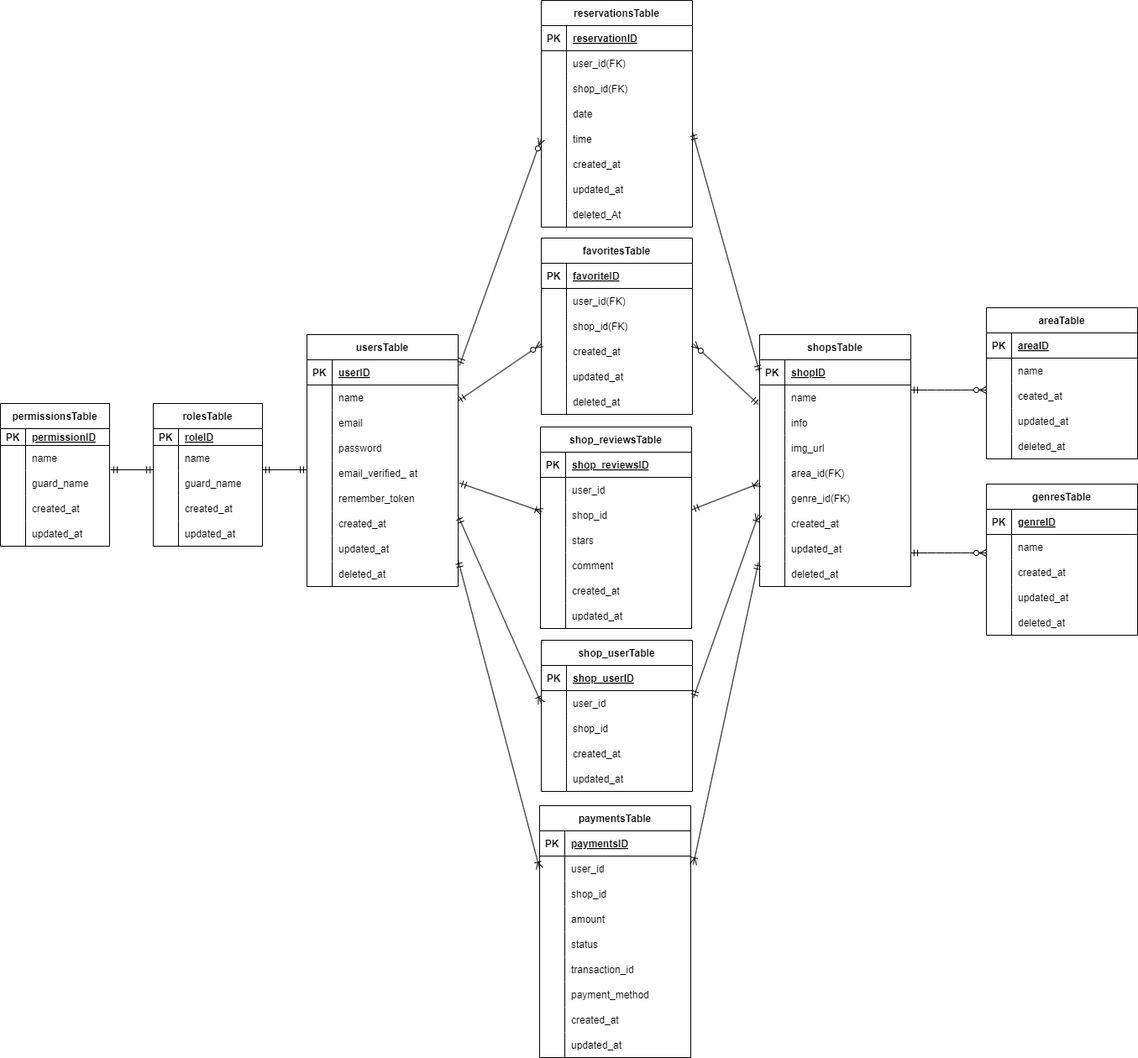
Before: docs/er.drawio.png, a diagram exported from draw.io (kozuka-yuko/Rese). Source tidied: cells renumbered, new cells last; positions are measured from the earlier drawing's top-left corner, leaving out a move shared by most shapes.
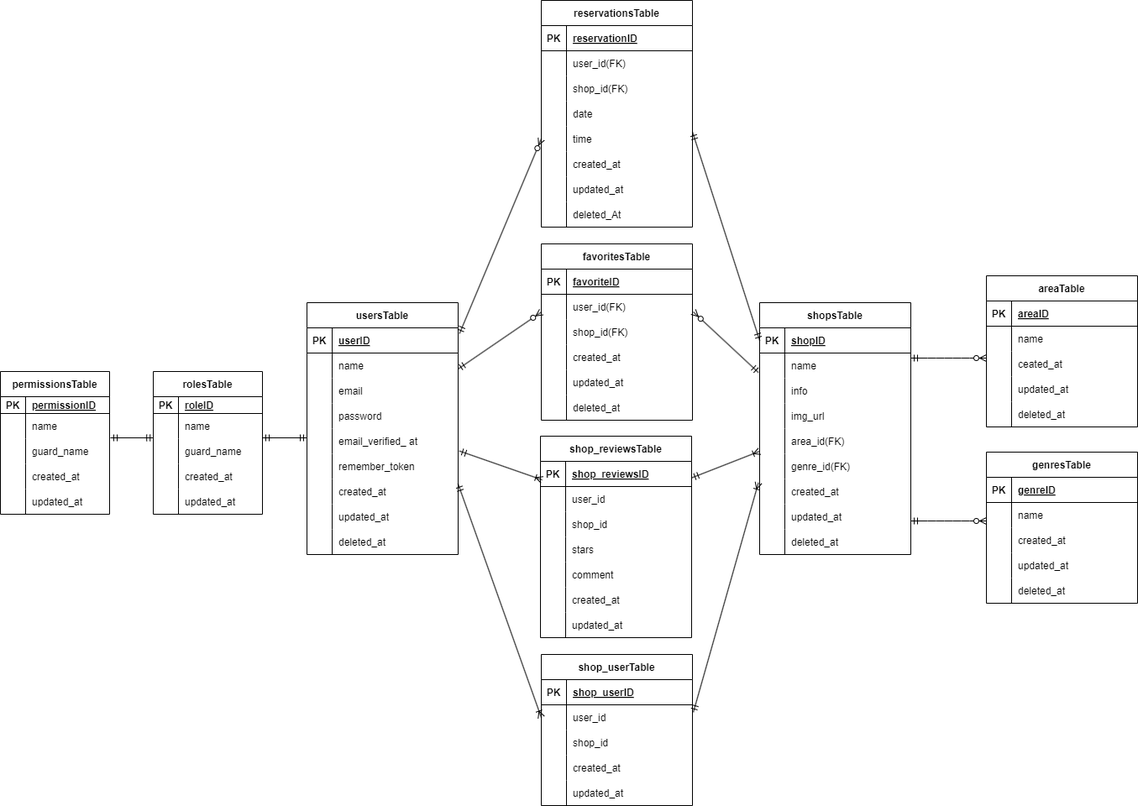
After the change.

The edit, as a diff of the source:
```diff
@@ -87,7 +87,7 @@
       <mxGeometry x="30" width="150" height="30" as="geometry" />
     </mxCell>
     <mxCell id="30" value="reservationsTable" style="shape=table;startSize=30;rowLines=0;fontStyle=1;align=center;" parent="1" vertex="1">
-      <mxGeometry x="644" width="180" height="270" as="geometry" />
+      <mxGeometry x="644" y="38" width="180" height="270" as="geometry" />
     </mxCell>
     <mxCell id="31" style="shape=tableRow;horizontal=0;startSize=0;swimlaneHead=0;swimlaneBody=0;fillColor=none;top=0;left=0;right=0;bottom=1;" parent="30" vertex="1">
       <mxGeometry y="30" width="180" height="30" as="geometry" />
@@ -162,7 +162,7 @@
       <mxGeometry x="30" width="150" height="30" as="geometry" />
     </mxCell>
     <mxCell id="55" value="favoritesTable" style="shape=table;startSize=30;rowLines=0;fontStyle=1;align=center;" parent="1" vertex="1">
-      <mxGeometry x="644" y="283" width="180" height="210" as="geometry" />
+      <mxGeometry x="644" y="328" width="180" height="210" as="geometry" />
     </mxCell>
     <mxCell id="56" style="shape=tableRow;horizontal=0;startSize=0;swimlaneHead=0;swimlaneBody=0;fillColor=none;top=0;left=0;right=0;bottom=1;" parent="55" vertex="1">
       <mxGeometry y="30" width="180" height="30" as="geometry" />
@@ -536,7 +536,7 @@
       </mxGeometry>
     </mxCell>
     <mxCell id="174" value="shop_reviewsTable" style="shape=table;startSize=30;rowLines=0;fontStyle=1;align=center;" parent="1" vertex="1">
-      <mxGeometry x="643" y="508" width="180" height="240" as="geometry" />
+      <mxGeometry x="643" y="557" width="180" height="240" as="geometry" />
     </mxCell>
     <mxCell id="175" style="shape=tableRow;horizontal=0;startSize=0;swimlaneHead=0;swimlaneBody=0;fillColor=none;top=0;left=0;right=0;bottom=1;" parent="174" vertex="1">
       <mxGeometry y="30" width="180" height="30" as="geometry" />
@@ -602,7 +602,7 @@
       <mxGeometry x="30" width="150" height="30" as="geometry" />
     </mxCell>
     <mxCell id="196" value="shop_userTable" style="shape=table;startSize=30;rowLines=0;fontStyle=1;align=center;" parent="1" vertex="1">
-      <mxGeometry x="644" y="762" width="180" height="180" as="geometry" />
+      <mxGeometry x="644" y="817" width="180" height="180" as="geometry" />
     </mxCell>
     <mxCell id="197" style="shape=tableRow;horizontal=0;startSize=0;swimlaneHead=0;swimlaneBody=0;fillColor=none;top=0;left=0;right=0;bottom=1;" parent="196" vertex="1">
       <mxGeometry y="30" width="180" height="30" as="geometry" />
@@ -667,97 +667,5 @@
     <mxCell id="215" style="fontSize=12;html=1;endArrow=ERoneToMany;startArrow=ERmandOne;exitX=1;exitY=1.2;exitDx=0;exitDy=0;entryX=0;entryY=0.5;entryDx=0;entryDy=0;exitPerimeter=0;" parent="1" edge="1" source="18" target="200">
       <mxGeometry relative="1" as="geometry" />
     </mxCell>
-    <mxCell id="216" value="paymentsTable" style="shape=table;startSize=30;rowLines=0;fontStyle=1;align=center;" parent="1" vertex="1">
-      <mxGeometry x="642" y="959" width="180" height="300" as="geometry" />
-    </mxCell>
-    <mxCell id="217" style="shape=tableRow;horizontal=0;startSize=0;swimlaneHead=0;swimlaneBody=0;fillColor=none;top=0;left=0;right=0;bottom=1;" parent="216" vertex="1">
-      <mxGeometry y="30" width="180" height="30" as="geometry" />
-    </mxCell>
-    <mxCell id="218" value="PK" style="shape=partialRectangle;fillColor=none;top=0;left=0;bottom=0;right=0;fontStyle=1;overflow=hidden;" parent="217" vertex="1">
-      <mxGeometry width="30" height="30" as="geometry" />
-    </mxCell>
-    <mxCell id="219" value="paymentsID" style="shape=partialRectangle;fillColor=none;top=0;left=0;bottom=0;right=0;align=left;spacingLeft=6;fontStyle=5;overflow=hidden;" parent="217" vertex="1">
-      <mxGeometry x="30" width="150" height="30" as="geometry" />
-    </mxCell>
-    <mxCell id="220" style="shape=tableRow;horizontal=0;startSize=0;swimlaneHead=0;swimlaneBody=0;fillColor=none;points=[[0,0.5],[1,0.5]];portConstraint=eastwest;top=0;left=0;right=0;bottom=0;" parent="216" vertex="1">
-      <mxGeometry y="60" width="180" height="30" as="geometry" />
-    </mxCell>
-    <mxCell id="221" style="shape=partialRectangle;fillColor=none;top=0;left=0;bottom=0;right=0;overflow=hidden;" parent="220" vertex="1">
-      <mxGeometry width="30" height="30" as="geometry" />
-    </mxCell>
-    <mxCell id="222" value="user_id" style="shape=partialRectangle;fillColor=none;top=0;left=0;bottom=0;right=0;align=left;spacingLeft=6;overflow=hidden;" parent="220" vertex="1">
-      <mxGeometry x="30" width="150" height="30" as="geometry" />
-    </mxCell>
-    <mxCell id="223" style="shape=tableRow;horizontal=0;startSize=0;swimlaneHead=0;swimlaneBody=0;fillColor=none;top=0;left=0;right=0;bottom=0;" parent="216" vertex="1">
-      <mxGeometry y="90" width="180" height="30" as="geometry" />
-    </mxCell>
-    <mxCell id="224" style="shape=partialRectangle;fillColor=none;top=0;left=0;bottom=0;right=0;overflow=hidden;" parent="223" vertex="1">
-      <mxGeometry width="30" height="30" as="geometry" />
-    </mxCell>
-    <mxCell id="225" value="shop_id" style="shape=partialRectangle;fillColor=none;top=0;left=0;bottom=0;right=0;align=left;spacingLeft=6;overflow=hidden;" parent="223" vertex="1">
-      <mxGeometry x="30" width="150" height="30" as="geometry" />
-    </mxCell>
-    <mxCell id="226" style="shape=tableRow;horizontal=0;startSize=0;swimlaneHead=0;swimlaneBody=0;fillColor=none;top=0;left=0;right=0;bottom=0;" parent="216" vertex="1">
-      <mxGeometry y="120" width="180" height="30" as="geometry" />
-    </mxCell>
-    <mxCell id="227" style="shape=partialRectangle;fillColor=none;top=0;left=0;bottom=0;right=0;overflow=hidden;" parent="226" vertex="1">
-      <mxGeometry width="30" height="30" as="geometry" />
-    </mxCell>
-    <mxCell id="228" value="amount" style="shape=partialRectangle;fillColor=none;top=0;left=0;bottom=0;right=0;align=left;spacingLeft=6;overflow=hidden;" parent="226" vertex="1">
-      <mxGeometry x="30" width="150" height="30" as="geometry" />
-    </mxCell>
-    <mxCell id="229" style="shape=tableRow;horizontal=0;startSize=0;swimlaneHead=0;swimlaneBody=0;fillColor=none;top=0;left=0;right=0;bottom=0;" parent="216" vertex="1">
-      <mxGeometry y="150" width="180" height="30" as="geometry" />
-    </mxCell>
-    <mxCell id="230" style="shape=partialRectangle;fillColor=none;top=0;left=0;bottom=0;right=0;overflow=hidden;" parent="229" vertex="1">
-      <mxGeometry width="30" height="30" as="geometry" />
-    </mxCell>
-    <mxCell id="231" value="status" style="shape=partialRectangle;fillColor=none;top=0;left=0;bottom=0;right=0;align=left;spacingLeft=6;overflow=hidden;" parent="229" vertex="1">
-      <mxGeometry x="30" width="150" height="30" as="geometry" />
-    </mxCell>
-    <mxCell id="232" style="shape=tableRow;horizontal=0;startSize=0;swimlaneHead=0;swimlaneBody=0;fillColor=none;top=0;left=0;right=0;bottom=0;" parent="216" vertex="1">
-      <mxGeometry y="180" width="180" height="30" as="geometry" />
-    </mxCell>
-    <mxCell id="233" style="shape=partialRectangle;fillColor=none;top=0;left=0;bottom=0;right=0;overflow=hidden;" parent="232" vertex="1">
-      <mxGeometry width="30" height="30" as="geometry" />
-    </mxCell>
-    <mxCell id="234" value="transaction_id" style="shape=partialRectangle;fillColor=none;top=0;left=0;bottom=0;right=0;align=left;spacingLeft=6;overflow=hidden;" parent="232" vertex="1">
-      <mxGeometry x="30" width="150" height="30" as="geometry" />
-    </mxCell>
-    <mxCell id="235" style="shape=tableRow;horizontal=0;startSize=0;swimlaneHead=0;swimlaneBody=0;fillColor=none;top=0;left=0;right=0;bottom=0;" parent="216" vertex="1">
-      <mxGeometry y="210" width="180" height="30" as="geometry" />
-    </mxCell>
-    <mxCell id="236" style="shape=partialRectangle;fillColor=none;top=0;left=0;bottom=0;right=0;overflow=hidden;" parent="235" vertex="1">
-      <mxGeometry width="30" height="30" as="geometry" />
-    </mxCell>
-    <mxCell id="237" value="payment_method" style="shape=partialRectangle;fillColor=none;top=0;left=0;bottom=0;right=0;align=left;spacingLeft=6;overflow=hidden;" parent="235" vertex="1">
-      <mxGeometry x="30" width="150" height="30" as="geometry" />
-    </mxCell>
-    <mxCell id="238" style="shape=tableRow;horizontal=0;startSize=0;swimlaneHead=0;swimlaneBody=0;fillColor=none;top=0;left=0;right=0;bottom=0;" parent="216" vertex="1">
-      <mxGeometry y="240" width="180" height="30" as="geometry" />
-    </mxCell>
-    <mxCell id="239" style="shape=partialRectangle;fillColor=none;top=0;left=0;bottom=0;right=0;overflow=hidden;" parent="238" vertex="1">
-      <mxGeometry width="30" height="30" as="geometry" />
-    </mxCell>
-    <mxCell id="240" value="created_at" style="shape=partialRectangle;fillColor=none;top=0;left=0;bottom=0;right=0;align=left;spacingLeft=6;overflow=hidden;" parent="238" vertex="1">
-      <mxGeometry x="30" width="150" height="30" as="geometry" />
-    </mxCell>
-    <mxCell id="241" style="shape=tableRow;horizontal=0;startSize=0;swimlaneHead=0;swimlaneBody=0;fillColor=none;top=0;left=0;right=0;bottom=0;" parent="216" vertex="1">
-      <mxGeometry y="270" width="180" height="30" as="geometry" />
-    </mxCell>
-    <mxCell id="242" style="shape=partialRectangle;fillColor=none;top=0;left=0;bottom=0;right=0;overflow=hidden;" parent="241" vertex="1">
-      <mxGeometry width="30" height="30" as="geometry" />
-    </mxCell>
-    <mxCell id="243" value="updated_at" style="shape=partialRectangle;fillColor=none;top=0;left=0;bottom=0;right=0;align=left;spacingLeft=6;overflow=hidden;" parent="241" vertex="1">
-      <mxGeometry x="30" width="150" height="30" as="geometry" />
-    </mxCell>
-    <mxCell id="244" style="fontSize=12;html=1;endArrow=ERoneToMany;startArrow=ERmandOne;entryX=0;entryY=0.5;entryDx=0;entryDy=0;exitX=1;exitY=0.96;exitDx=0;exitDy=0;exitPerimeter=0;" parent="1" edge="1" source="24" target="220">
-      <mxGeometry relative="1" as="geometry" />
-    </mxCell>
-    <mxCell id="245" style="fontSize=12;html=1;endArrow=ERoneToMany;startArrow=ERmandOne;exitX=-0.008;exitY=0.04;exitDx=0;exitDy=0;exitPerimeter=0;" parent="1" edge="1" source="99">
-      <mxGeometry relative="1" as="geometry">
-        <mxPoint x="825" y="1029" as="targetPoint" />
-      </mxGeometry>
-    </mxCell>
   </root>
 </mxGraphModel>
```
